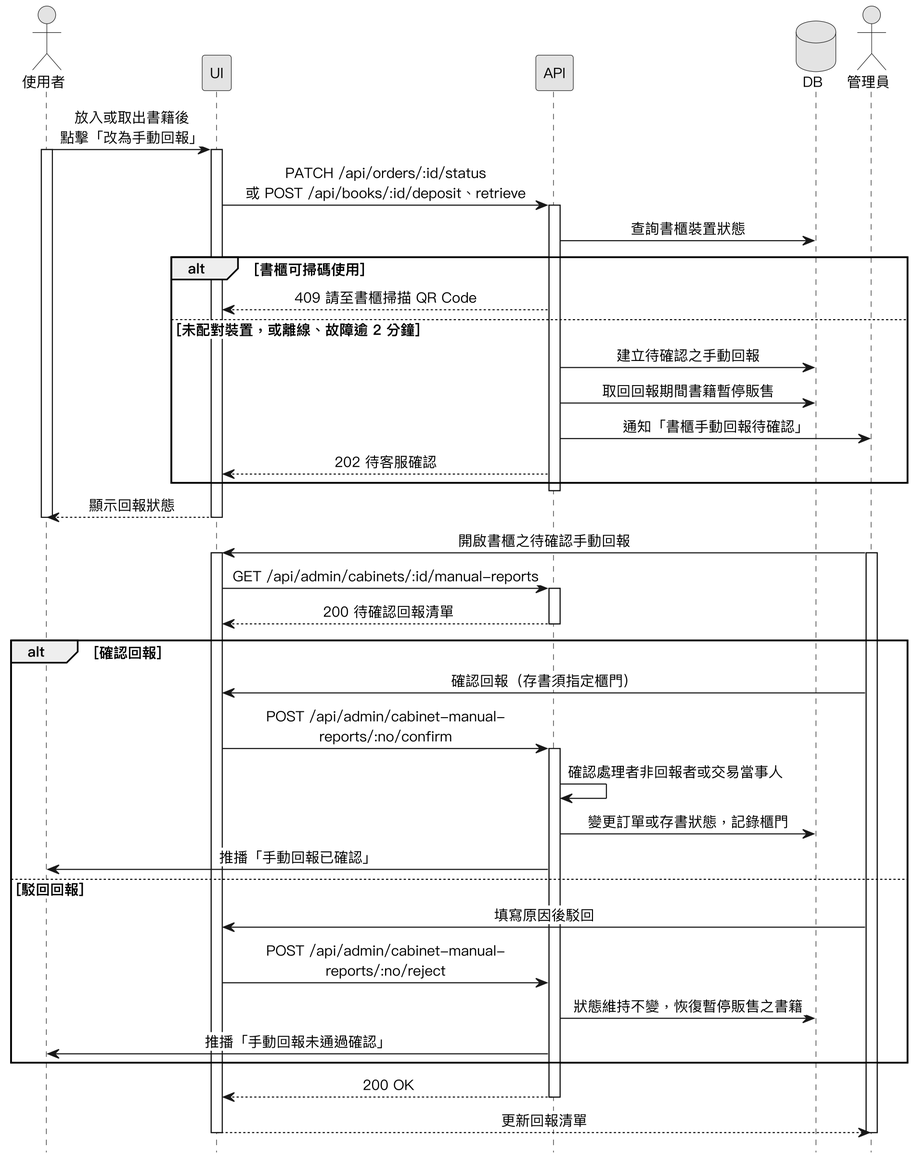
Before: Diagrams/Sequence Diagrams/v3/seq_cabinet_manual_report.png, a diagram exported from PlantUML (SaveMyBook/SaveMyBook).
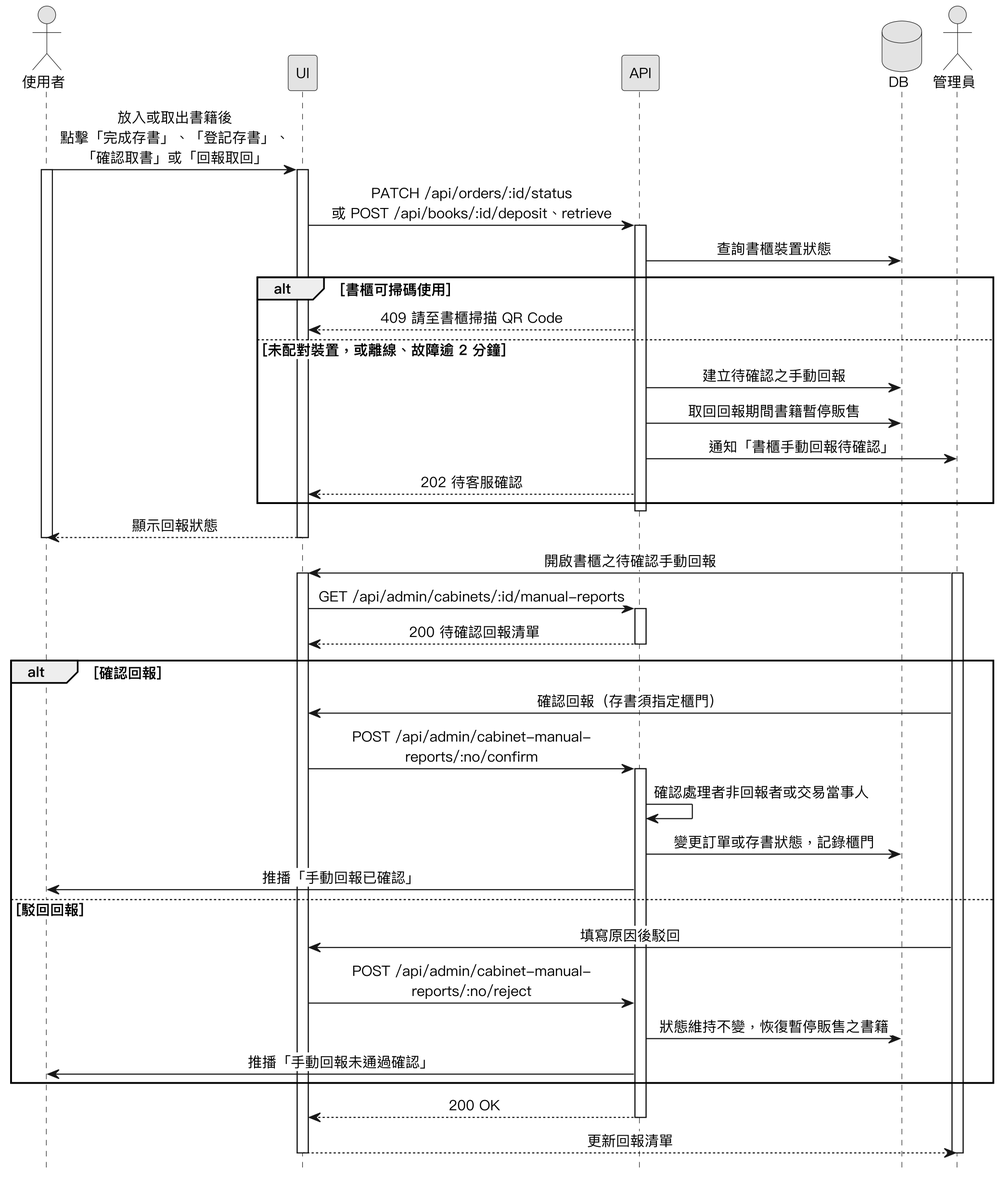
After the commit.

Diff of the diagram source:
```diff
@@ -14,7 +14,7 @@
 database DB
 actor 管理員
 
-使用者 -> UI : 放入或取出書籍後\n點擊「改為手動回報」
+使用者 -> UI : 放入或取出書籍後\n點擊「完成存書」、「登記存書」、\n「確認取書」或「回報取回」
 activate 使用者
 activate UI
 UI -> API : PATCH /api/orders/:id/status\n或 POST /api/books/:id/deposit、retrieve
```
